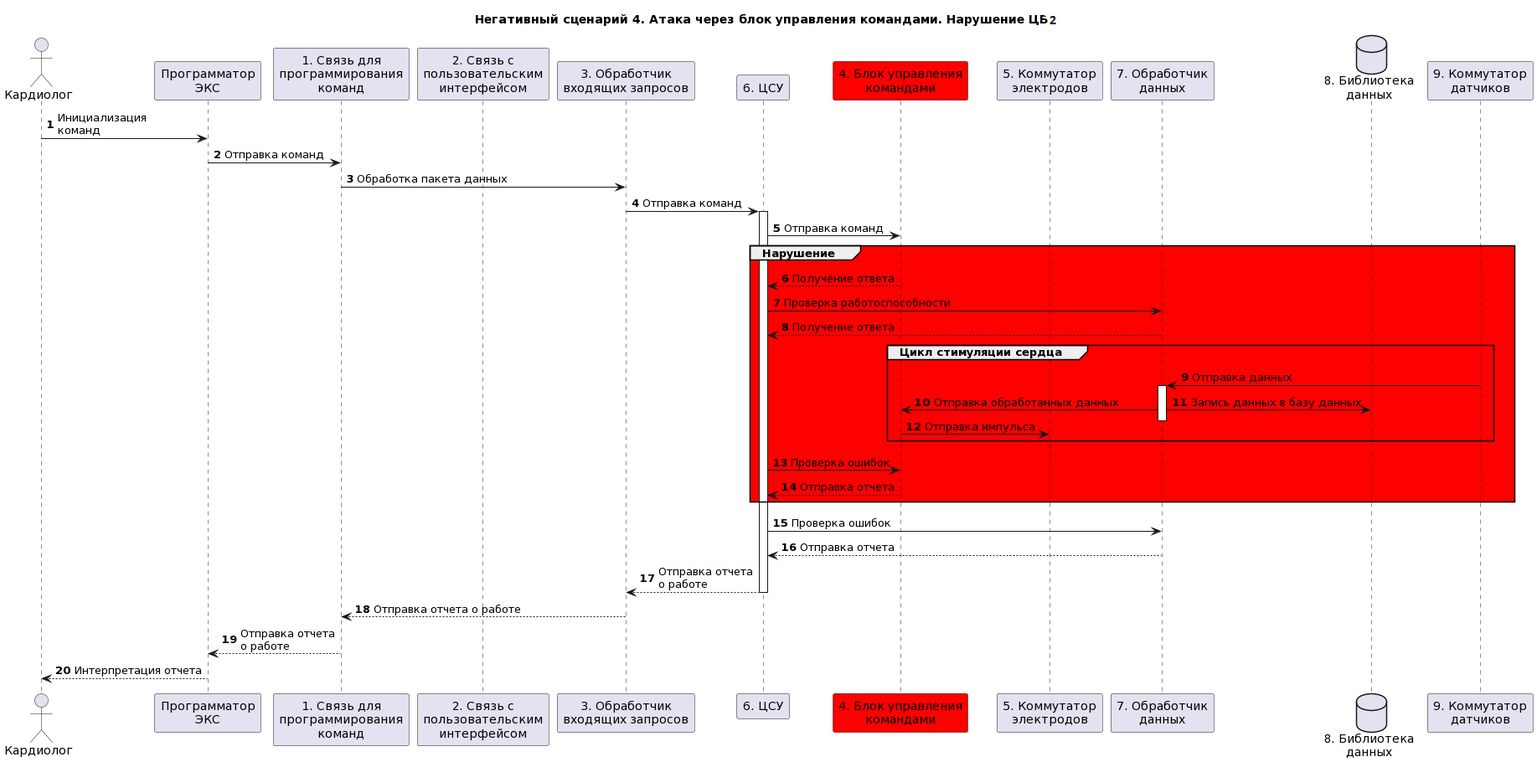
ExtremCode/Cyberimmune_bus keeps this PlantUML diagram as images/attack_command_block.png. Above is the earlier version. Source of this version:
```plantuml
@startuml
!pragma teoz true

title "Негативный сценарий 4. Атака через блок управления командами. Нарушение ЦБ 1"

autonumber
actor "Кардиолог" as doctor
participant "Программатор\nЭКС" as proger
participant "1. Связь для\nпрограммирования\nкоманд" as conprog
participant "2. Связь с\nпользовательским\nинтерфейсом" as user
participant "3. Обработчик\nвходящих запросов" as cproc
participant "6. ЦСУ" as center
participant "4. Блок управления\nкомандами" as com #Red
participant "5. Коммутатор\nэлектродов" as comut
participant "7. Обработчик\nданных" as dataproc
database "8. Библиотека\nданных" as data
participant "9. Коммутатор\nдатчиков" as datch

doctor -> proger: Инициализация\nкоманд
proger -> conprog: Отправка команд
conprog -> cproc: Обработка пакета данных
cproc -> center: Отправка команд
activate center
center -> com: Отправка команд
group #Red Нарушение
com --> center: Получение ответа
center -> dataproc: Проверка работоспособности
dataproc --> center: Получение ответа

group Цикл стимуляции сердца
datch -> dataproc: Отправка данных
activate dataproc
dataproc -> com: Отправка обработанных данных
& dataproc -> data: Запись данных в базу данных
deactivate dataproc
com -> comut: Отправка импульса
end group

center -> com: Проверка ошибок
com --> center: Отправка отчета
end group
center -> dataproc: Проверка ошибок
dataproc --> center: Отправка отчета
center --> cproc: Отправка отчета\nо работе
deactivate center
cproc --> conprog: Отправка отчета о работе
conprog --> proger: Отправка отчета\nо работе
proger --> doctor: Интерпретация отчета
@enduml
```
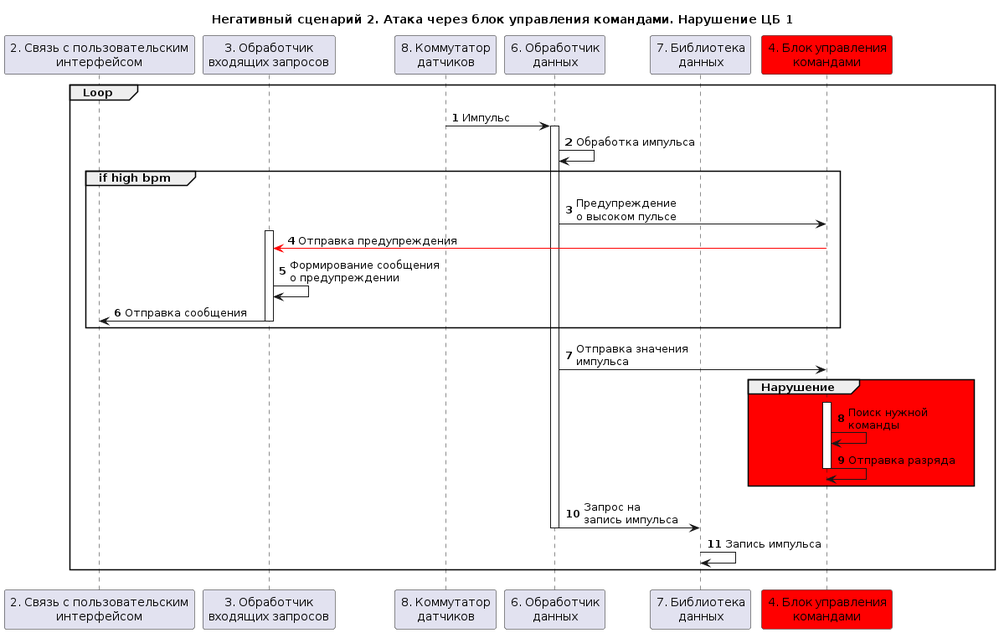
The same diagram one commit later.

Change to the diagram source:
```diff
@@ -1,49 +1,37 @@
 @startuml
 !pragma teoz true
 
-title "Негативный сценарий 4. Атака через блок управления командами. Нарушение ЦБ 1"
+title "Негативный сценарий 2. Атака через блок управления командами. Нарушение ЦБ 1"
 
 autonumber
-actor "Кардиолог" as doctor
-participant "Программатор\nЭКС" as proger
-participant "1. Связь для\nпрограммирования\nкоманд" as conprog
-participant "2. Связь с\nпользовательским\nинтерфейсом" as user
-participant "3. Обработчик\nвходящих запросов" as cproc
-participant "6. ЦСУ" as center
-participant "4. Блок управления\nкомандами" as com #Red
-participant "5. Коммутатор\nэлектродов" as comut
-participant "7. Обработчик\nданных" as dataproc
-database "8. Библиотека\nданных" as data
-participant "9. Коммутатор\nдатчиков" as datch
+participant "2. Связь с пользовательским\nинтерфейсом" as user
+participant "3. Обработчик\nвходящих запросов" as query
+participant "8. Коммутатор\nдатчиков" as sensor
+participant "6. Обработчик\nданных" as dataproc
+participant "7. Библиотека\nданных" as store
+participant "4. Блок управления\nкомандами" as command #Red
 
-doctor -> proger: Инициализация\nкоманд
-proger -> conprog: Отправка команд
-conprog -> cproc: Обработка пакета данных
-cproc -> center: Отправка команд
-activate center
-center -> com: Отправка команд
+group Loop
+sensor -> dataproc: Импульс
+activate dataproc
+dataproc -> dataproc: Обработка импульса
+group if high bpm
+dataproc -> command: Предупреждение\nо высоком пульсе
+activate query
+command -[#Red]> query: Отправка предупреждения
+query -> query: Формирование сообщения\nо предупреждении
+query -> user: Отправка сообщения
+deactivate query
+end
+dataproc -> command: Отправка значения\nимпульса
 group #Red Нарушение
-com --> center: Получение ответа
-center -> dataproc: Проверка работоспособности
-dataproc --> center: Получение ответа
-
-group Цикл стимуляции сердца
-datch -> dataproc: Отправка данных
-activate dataproc
-dataproc -> com: Отправка обработанных данных
-& dataproc -> data: Запись данных в базу данных
+activate command
+command -> command: Поиск нужной\nкоманды
+command -> command: Отправка разряда
+deactivate command
+end
+dataproc -> store: Запрос на\nзапись импульса
 deactivate dataproc
-com -> comut: Отправка импульса
-end group
-
-center -> com: Проверка ошибок
-com --> center: Отправка отчета
-end group
-center -> dataproc: Проверка ошибок
-dataproc --> center: Отправка отчета
-center --> cproc: Отправка отчета\nо работе
-deactivate center
-cproc --> conprog: Отправка отчета о работе
-conprog --> proger: Отправка отчета\nо работе
-proger --> doctor: Интерпретация отчета
+store -> store: Запись импульса
+end
 @enduml
```
